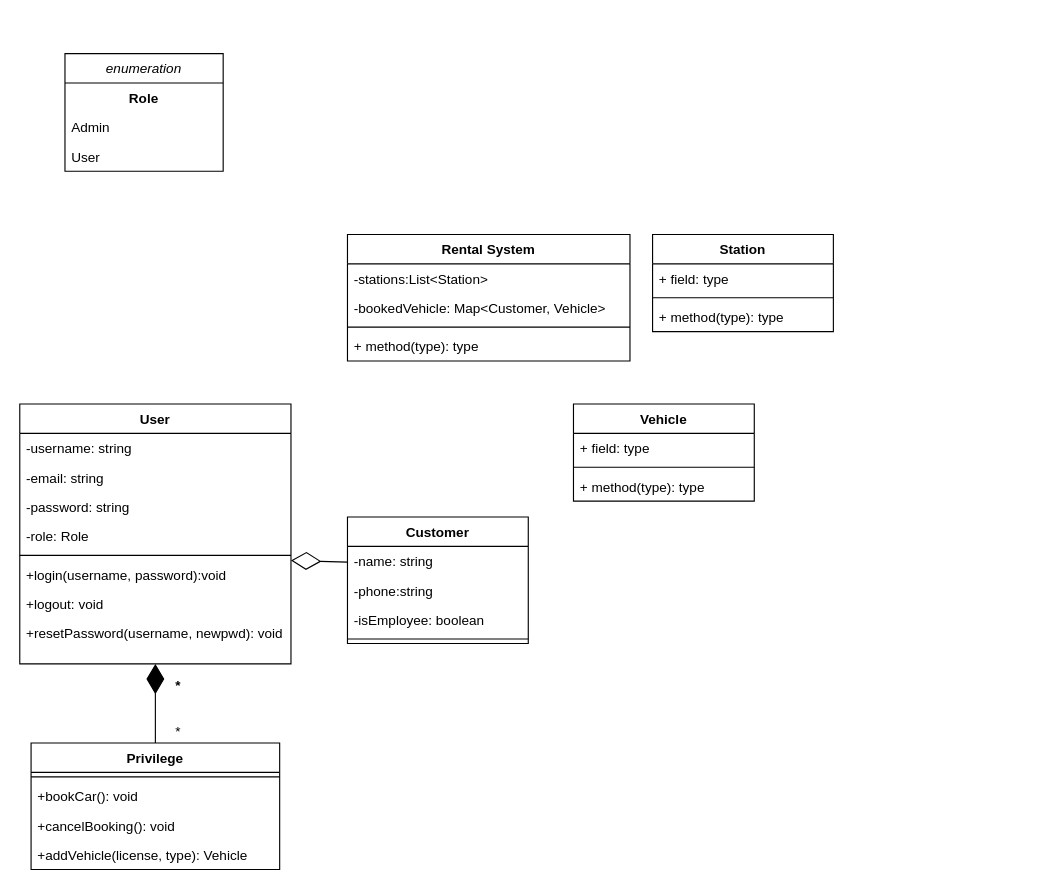
This is page "Car Rental System" (3 of 3) of Movie Ticket Booking.drawio from Moytri/Uml-Diagram, a draw.io file, before an edit. Source tidied: cells renumbered, new cells numbered last; positions are measured from the earlier drawing's top-left corner, leaving out a move shared by most shapes. Both pictures are drawn from the tidied source at 113%, with x=0, y=0 at pixel (19, 53).
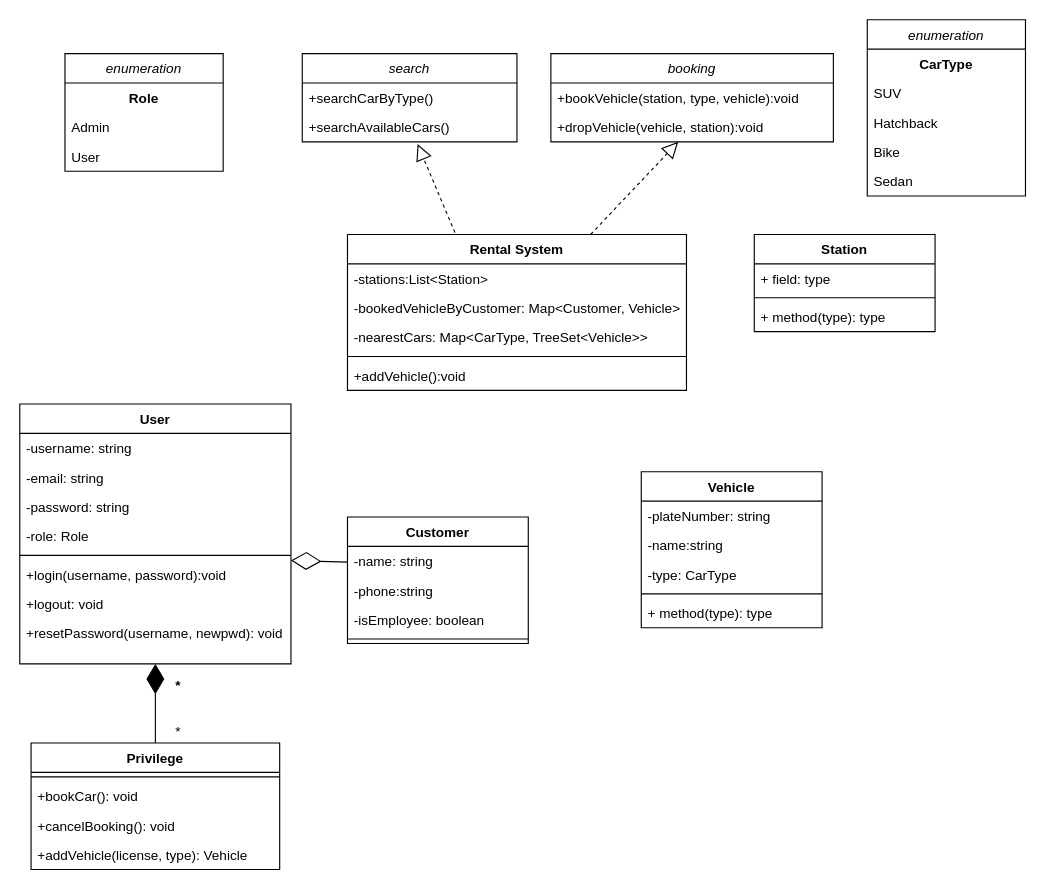
The same page after the edit.

Diff of the diagram source:
```diff
@@
     <mxCell id="2" value="Rental System" style="swimlane;fontStyle=1;align=center;verticalAlign=top;horizontal=1;startSize=26;" parent="1" vertex="1">
-      <mxGeometry x="290" y="160" width="250" height="112" as="geometry" />
+      <mxGeometry x="290" y="160" width="300" height="138" as="geometry" />
     </mxCell>
     <mxCell id="3" value="-stations:List&lt;Station&gt;" style="text;strokeColor=none;fillColor=none;align=left;verticalAlign=top;spacingLeft=4;spacingRight=4;overflow=hidden;" parent="2" vertex="1">
-      <mxGeometry y="26" width="250" height="26" as="geometry" />
+      <mxGeometry y="26" width="300" height="26" as="geometry" />
     </mxCell>
-    <mxCell id="4" value="-bookedVehicle: Map&lt;Customer, Vehicle&gt;" style="text;strokeColor=none;fillColor=none;align=left;verticalAlign=top;spacingLeft=4;spacingRight=4;overflow=hidden;" parent="2" vertex="1">
-      <mxGeometry y="52" width="250" height="26" as="geometry" />
+    <mxCell id="4" value="-bookedVehicleByCustomer: Map&lt;Customer, Vehicle&gt;" style="text;strokeColor=none;fillColor=none;align=left;verticalAlign=top;spacingLeft=4;spacingRight=4;overflow=hidden;" parent="2" vertex="1">
+      <mxGeometry y="52" width="300" height="26" as="geometry" />
     </mxCell>
+    <mxCell id="42" value="-nearestCars: Map&lt;CarType, TreeSet&lt;Vehicle&gt;&gt;" style="text;strokeColor=none;fillColor=none;align=left;verticalAlign=top;spacingLeft=4;spacingRight=4;overflow=hidden;" parent="2" vertex="1">
+      <mxGeometry y="78" width="300" height="26" as="geometry" />
+    </mxCell>
     <mxCell id="5" style="line;strokeWidth=1;fillColor=none;align=left;verticalAlign=middle;spacingTop=-1;spacingLeft=3;spacingRight=3;labelPosition=right;" parent="2" vertex="1">
-      <mxGeometry y="78" width="250" height="8" as="geometry" />
+      <mxGeometry y="104" width="300" height="8" as="geometry" />
     </mxCell>
-    <mxCell id="6" value="+ method(type): type" style="text;strokeColor=none;fillColor=none;align=left;verticalAlign=top;spacingLeft=4;spacingRight=4;overflow=hidden;" parent="2" vertex="1">
-      <mxGeometry y="86" width="250" height="26" as="geometry" />
+    <mxCell id="6" value="+addVehicle():void" style="text;strokeColor=none;fillColor=none;align=left;verticalAlign=top;spacingLeft=4;spacingRight=4;overflow=hidden;" parent="2" vertex="1">
+      <mxGeometry y="112" width="300" height="26" as="geometry" />
     </mxCell>
@@
     <mxCell id="26" value="Vehicle" style="swimlane;fontStyle=1;align=center;verticalAlign=top;horizontal=1;startSize=26;" parent="1" vertex="1">
-      <mxGeometry x="490" y="310" width="160" height="86" as="geometry" />
+      <mxGeometry x="550" y="370" width="160" height="138" as="geometry" />
     </mxCell>
-    <mxCell id="27" value="+ field: type" style="text;strokeColor=none;fillColor=none;align=left;verticalAlign=top;spacingLeft=4;spacingRight=4;overflow=hidden;" parent="26" vertex="1">
+    <mxCell id="27" value="-plateNumber: string" style="text;strokeColor=none;fillColor=none;align=left;verticalAlign=top;spacingLeft=4;spacingRight=4;overflow=hidden;" parent="26" vertex="1">
       <mxGeometry y="26" width="160" height="26" as="geometry" />
     </mxCell>
+    <mxCell id="43" value="-name:string" style="text;strokeColor=none;fillColor=none;align=left;verticalAlign=top;spacingLeft=4;spacingRight=4;overflow=hidden;" parent="26" vertex="1">
+      <mxGeometry y="52" width="160" height="26" as="geometry" />
+    </mxCell>
+    <mxCell id="44" value="-type: CarType" style="text;strokeColor=none;fillColor=none;align=left;verticalAlign=top;spacingLeft=4;spacingRight=4;overflow=hidden;" parent="26" vertex="1">
+      <mxGeometry y="78" width="160" height="26" as="geometry" />
+    </mxCell>
     <mxCell id="28" style="line;strokeWidth=1;fillColor=none;align=left;verticalAlign=middle;spacingTop=-1;spacingLeft=3;spacingRight=3;labelPosition=right;" parent="26" vertex="1">
-      <mxGeometry y="52" width="160" height="8" as="geometry" />
+      <mxGeometry y="104" width="160" height="8" as="geometry" />
     </mxCell>
     <mxCell id="29" value="+ method(type): type" style="text;strokeColor=none;fillColor=none;align=left;verticalAlign=top;spacingLeft=4;spacingRight=4;overflow=hidden;" parent="26" vertex="1">
-      <mxGeometry y="60" width="160" height="26" as="geometry" />
+      <mxGeometry y="112" width="160" height="26" as="geometry" />
     </mxCell>
     <mxCell id="30" value="Station" style="swimlane;fontStyle=1;align=center;verticalAlign=top;horizontal=1;startSize=26;" parent="1" vertex="1">
-      <mxGeometry x="560" y="160" width="160" height="86" as="geometry" />
+      <mxGeometry x="650" y="160" width="160" height="86" as="geometry" />
     </mxCell>
@@
+    <mxCell id="45" value="search" style="swimlane;fontStyle=2;horizontal=1;startSize=26;fillColor=none;strokeWidth=1;" parent="1" vertex="1">
+      <mxGeometry x="250" width="190" height="78" as="geometry" />
+    </mxCell>
+    <mxCell id="46" value="+searchCarByType()" style="text;strokeColor=none;fillColor=none;align=left;verticalAlign=top;spacingLeft=4;spacingRight=4;overflow=hidden;fontStyle=0;" parent="45" vertex="1">
+      <mxGeometry y="26" width="190" height="26" as="geometry" />
+    </mxCell>
+    <mxCell id="47" value="+searchAvailableCars()" style="text;strokeColor=none;fillColor=none;align=left;verticalAlign=top;spacingLeft=4;spacingRight=4;overflow=hidden;points=[[0,0.5],[1,0.5]];portConstraint=eastwest;" parent="45" vertex="1">
+      <mxGeometry y="52" width="190" height="26" as="geometry" />
+    </mxCell>
+    <mxCell id="48" style="endArrow=block;dashed=1;endFill=0;endSize=12;html=1;rounded=0;entryX=0.537;entryY=1.077;entryDx=0;entryDy=0;entryPerimeter=0;exitX=0.317;exitY=-0.012;exitDx=0;exitDy=0;exitPerimeter=0;" parent="1" edge="1" source="2" target="47">
+      <mxGeometry relative="1" as="geometry" />
+    </mxCell>
+    <mxCell id="49" value="booking" style="swimlane;fontStyle=2;horizontal=1;startSize=26;fillColor=none;strokeWidth=1;" parent="1" vertex="1">
+      <mxGeometry x="470" width="250" height="78" as="geometry" />
+    </mxCell>
+    <mxCell id="50" value="+bookVehicle(station, type, vehicle):void" style="text;strokeColor=none;fillColor=none;align=left;verticalAlign=top;spacingLeft=4;spacingRight=4;overflow=hidden;fontStyle=0;" parent="49" vertex="1">
+      <mxGeometry y="26" width="250" height="26" as="geometry" />
+    </mxCell>
+    <mxCell id="51" value="+dropVehicle(vehicle, station):void" style="text;strokeColor=none;fillColor=none;align=left;verticalAlign=top;spacingLeft=4;spacingRight=4;overflow=hidden;points=[[0,0.5],[1,0.5]];portConstraint=eastwest;" parent="49" vertex="1">
+      <mxGeometry y="52" width="250" height="26" as="geometry" />
+    </mxCell>
+    <mxCell id="52" style="endArrow=block;dashed=1;endFill=0;endSize=12;html=1;rounded=0;" parent="1" edge="1" source="2" target="51">
+      <mxGeometry relative="1" as="geometry" />
+    </mxCell>
+    <mxCell id="53" value="enumeration" style="swimlane;fontStyle=2;horizontal=1;startSize=26;fillColor=none;strokeWidth=1;" parent="1" vertex="1">
+      <mxGeometry x="750" y="-30" width="140" height="156" as="geometry" />
+    </mxCell>
+    <mxCell id="54" value="CarType" style="text;strokeColor=none;fillColor=none;align=center;verticalAlign=top;spacingLeft=4;spacingRight=4;overflow=hidden;fontStyle=1;" parent="53" vertex="1">
+      <mxGeometry y="26" width="140" height="26" as="geometry" />
+    </mxCell>
+    <mxCell id="55" value="SUV" style="text;strokeColor=none;fillColor=none;align=left;verticalAlign=top;spacingLeft=4;spacingRight=4;overflow=hidden;" parent="53" vertex="1">
+      <mxGeometry y="52" width="140" height="26" as="geometry" />
+    </mxCell>
+    <mxCell id="56" value="Hatchback" style="text;strokeColor=none;fillColor=none;align=left;verticalAlign=top;spacingLeft=4;spacingRight=4;overflow=hidden;" parent="53" vertex="1">
+      <mxGeometry y="78" width="140" height="26" as="geometry" />
+    </mxCell>
+    <mxCell id="57" value="Bike" style="text;strokeColor=none;fillColor=none;align=left;verticalAlign=top;spacingLeft=4;spacingRight=4;overflow=hidden;" parent="53" vertex="1">
+      <mxGeometry y="104" width="140" height="26" as="geometry" />
+    </mxCell>
+    <mxCell id="58" value="Sedan" style="text;strokeColor=none;fillColor=none;align=left;verticalAlign=top;spacingLeft=4;spacingRight=4;overflow=hidden;" parent="53" vertex="1">
+      <mxGeometry y="130" width="140" height="26" as="geometry" />
+    </mxCell>
```
